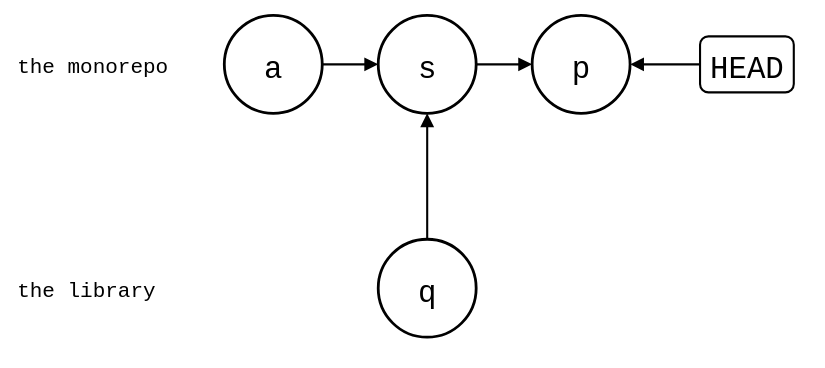
This is test/comparisons/git-subtree-squash-merged.drawio.svg from roschaefer/git-splice, a draw.io export, as it was before one commit. Source tidied: cells renumbered, new cells last; positions are measured from the earlier drawing's top-left corner, leaving out a move shared by most shapes. The source it was exported from:
```xml
<mxGraphModel background="#ffffff">
  <root>
    <mxCell id="0" />
    <mxCell id="1" parent="0" />
    <mxCell id="2" value="the monorepo" style="text;strokeColor=none;fillColor=none;align=left;verticalAlign=middle;fontSize=15;fontFamily=Roboto Mono,monospace;" parent="1" vertex="1">
      <mxGeometry y="20" width="130" height="30" as="geometry" />
    </mxCell>
    <mxCell id="3" value="the library" style="text;strokeColor=none;fillColor=none;align=left;verticalAlign=middle;fontSize=15;fontFamily=Roboto Mono,monospace;" parent="1" vertex="1">
      <mxGeometry y="180" width="130" height="30" as="geometry" />
    </mxCell>
    <mxCell id="4" value="a" style="ellipse;strokeWidth=2;fontSize=22;fontFamily=Roboto Mono,monospace;" parent="1" vertex="1">
      <mxGeometry x="150" width="70" height="70" as="geometry" />
    </mxCell>
    <mxCell id="5" value="s" style="ellipse;strokeWidth=2;fontSize=22;fontFamily=Roboto Mono,monospace;" parent="1" vertex="1">
      <mxGeometry x="260" width="70" height="70" as="geometry" />
    </mxCell>
    <mxCell id="6" value="p" style="ellipse;strokeWidth=2;fontSize=22;fontFamily=Roboto Mono,monospace;" parent="1" vertex="1">
      <mxGeometry x="370" width="70" height="70" as="geometry" />
    </mxCell>
    <mxCell id="7" value="q" style="ellipse;strokeWidth=2;fontSize=22;fontFamily=Roboto Mono,monospace;" parent="1" vertex="1">
      <mxGeometry x="260" y="160" width="70" height="70" as="geometry" />
    </mxCell>
    <mxCell id="8" value="HEAD" style="rounded=1;strokeWidth=1.5;fontSize=22;fontFamily=Roboto Mono,monospace;" parent="1" vertex="1">
      <mxGeometry x="490" y="15" width="67" height="40" as="geometry" />
    </mxCell>
    <mxCell id="9" style="endArrow=block;endFill=1;html=1;strokeWidth=1.5;rounded=0;" parent="1" edge="1" source="8" target="6">
      <mxGeometry relative="1" as="geometry" />
    </mxCell>
    <mxCell id="10" style="endArrow=block;endFill=1;html=1;strokeWidth=1.5;rounded=0;" parent="1" edge="1" source="4" target="5">
      <mxGeometry relative="1" as="geometry" />
    </mxCell>
    <mxCell id="11" style="endArrow=block;endFill=1;html=1;strokeWidth=1.5;rounded=0;" parent="1" edge="1" source="5" target="6">
      <mxGeometry relative="1" as="geometry" />
    </mxCell>
    <mxCell id="12" style="endArrow=block;endFill=1;html=1;strokeWidth=1.5;rounded=0;" parent="1" edge="1" source="7" target="5">
      <mxGeometry relative="1" as="geometry" />
    </mxCell>
  </root>
</mxGraphModel>
```
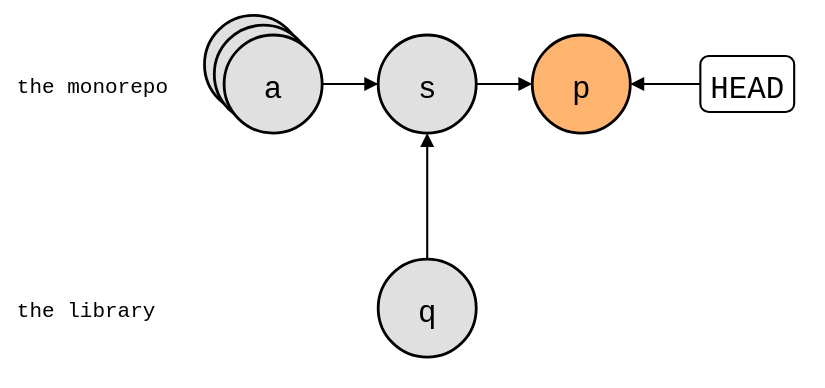
After the change.

Commit message:
docs(comparisons): show what git subtree split walks, and the braid of rejoins

What changed in the source:
```diff
@@ -8,16 +8,22 @@
     <mxCell id="3" value="the library" style="text;strokeColor=none;fillColor=none;align=left;verticalAlign=middle;fontSize=15;fontFamily=Roboto Mono,monospace;" parent="1" vertex="1">
       <mxGeometry y="180" width="130" height="30" as="geometry" />
     </mxCell>
+    <mxCell id="13" style="shape=ellipse;strokeWidth=2;fontSize=22;fontFamily=Roboto Mono,monospace;fillColor=#E0E0E0;" parent="1" vertex="1">
+      <mxGeometry x="136" y="-14" width="70" height="70" as="geometry" />
+    </mxCell>
+    <mxCell id="14" style="shape=ellipse;strokeWidth=2;fontSize=22;fontFamily=Roboto Mono,monospace;fillColor=#E0E0E0;" parent="1" vertex="1">
+      <mxGeometry x="143" y="-7" width="70" height="70" as="geometry" />
+    </mxCell>
-    <mxCell id="4" value="a" style="ellipse;strokeWidth=2;fontSize=22;fontFamily=Roboto Mono,monospace;" parent="1" vertex="1">
+    <mxCell id="4" value="a" style="ellipse;strokeWidth=2;fontSize=22;fontFamily=Roboto Mono,monospace;fillColor=#E0E0E0;" parent="1" vertex="1">
       <mxGeometry x="150" width="70" height="70" as="geometry" />
     </mxCell>
-    <mxCell id="5" value="s" style="ellipse;strokeWidth=2;fontSize=22;fontFamily=Roboto Mono,monospace;" parent="1" vertex="1">
+    <mxCell id="5" value="s" style="ellipse;strokeWidth=2;fontSize=22;fontFamily=Roboto Mono,monospace;fillColor=#E0E0E0;" parent="1" vertex="1">
       <mxGeometry x="260" width="70" height="70" as="geometry" />
     </mxCell>
-    <mxCell id="6" value="p" style="ellipse;strokeWidth=2;fontSize=22;fontFamily=Roboto Mono,monospace;" parent="1" vertex="1">
+    <mxCell id="6" value="p" style="ellipse;strokeWidth=2;fontSize=22;fontFamily=Roboto Mono,monospace;fillColor=#FFB570;" parent="1" vertex="1">
       <mxGeometry x="370" width="70" height="70" as="geometry" />
     </mxCell>
-    <mxCell id="7" value="q" style="ellipse;strokeWidth=2;fontSize=22;fontFamily=Roboto Mono,monospace;" parent="1" vertex="1">
+    <mxCell id="7" value="q" style="ellipse;strokeWidth=2;fontSize=22;fontFamily=Roboto Mono,monospace;fillColor=#E0E0E0;" parent="1" vertex="1">
       <mxGeometry x="260" y="160" width="70" height="70" as="geometry" />
     </mxCell>
     <mxCell id="8" value="HEAD" style="rounded=1;strokeWidth=1.5;fontSize=22;fontFamily=Roboto Mono,monospace;" parent="1" vertex="1">
```
